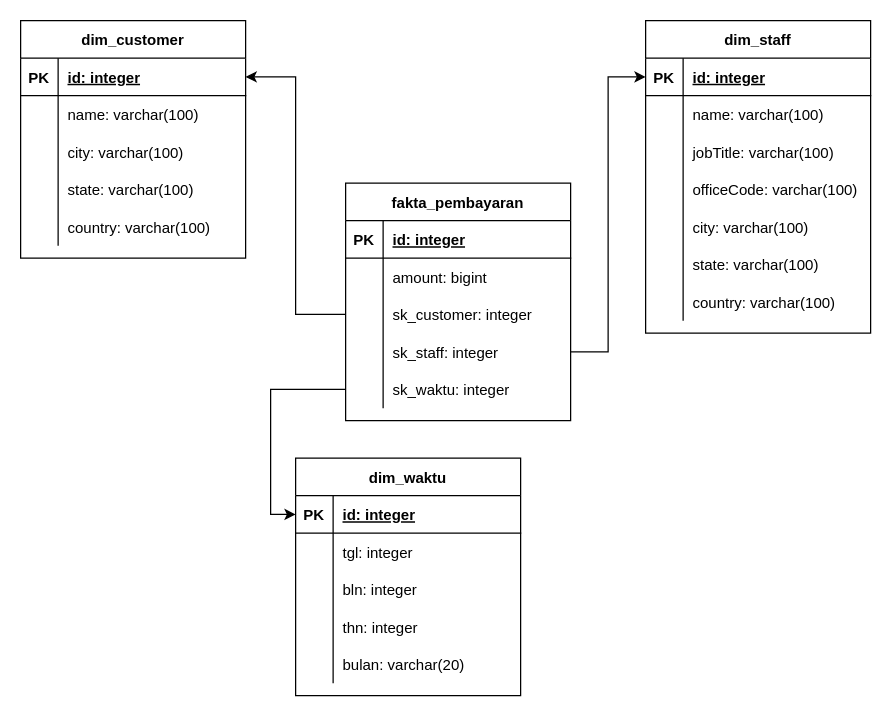
Earlier version of the draw.io diagram TM-4/desain-dwh.drawio (tamami-phb/dwh-b). Source tidied: cells renumbered, new cells numbered last; positions are measured from the earlier drawing's top-left corner, leaving out a move shared by most shapes. Both pictures are drawn from the tidied source at 125%, with x=0, y=0 at pixel (20, 20).
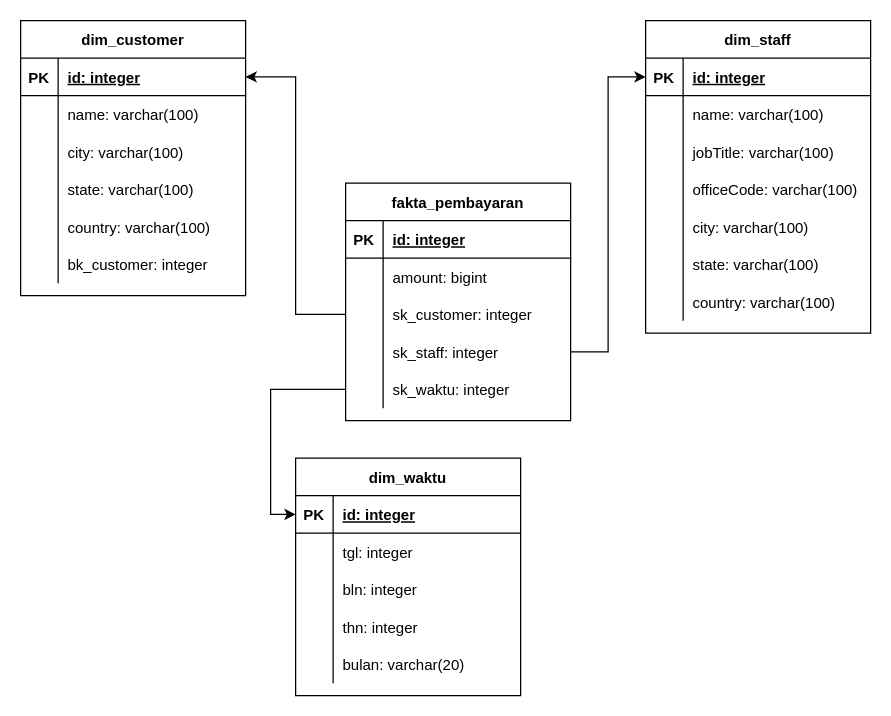
Above is the later version.

Commit message (it also covers changes not shown here):
update dim-customer

Diff of the diagram source:
```diff
@@
     <mxCell id="18" value="dim_customer" style="shape=table;startSize=30;childLayout=tableLayout;rowLines=0;fontStyle=1;align=center;" parent="1" vertex="1">
-      <mxGeometry width="180" height="190" as="geometry" />
+      <mxGeometry width="180" height="220" as="geometry" />
     </mxCell>
@@
+    <mxCell id="75" style="shape=partialRectangle;fillColor=none;top=0;left=0;bottom=0;right=0;" parent="18" vertex="1">
+      <mxGeometry y="180" width="180" height="30" as="geometry" />
+    </mxCell>
+    <mxCell id="76" style="shape=partialRectangle;fillColor=none;top=0;left=0;bottom=0;right=0;overflow=hidden;" parent="75" vertex="1">
+      <mxGeometry width="30" height="30" as="geometry" />
+    </mxCell>
+    <mxCell id="77" value="bk_customer: integer" style="shape=partialRectangle;fillColor=none;top=0;left=0;bottom=0;right=0;align=left;spacingLeft=6;overflow=hidden;" parent="75" vertex="1">
+      <mxGeometry x="30" width="150" height="30" as="geometry" />
+    </mxCell>
```
